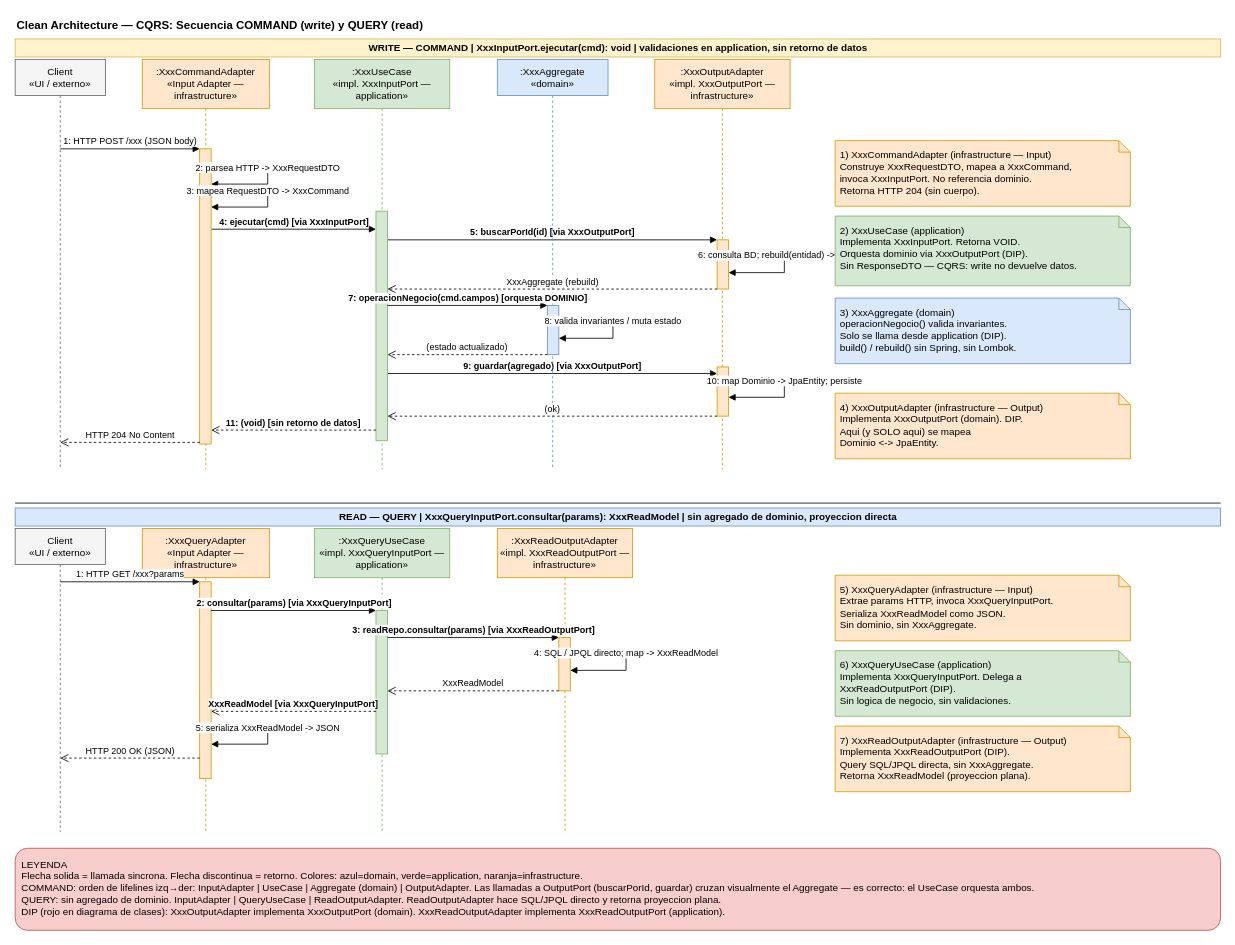
Before: docs/clean-architecture-secuencia-plantilla.drawio in arquisoft-uco/arquisoft-backend, a draw.io diagram. Source tidied: cells renumbered, new cells numbered last; positions are measured from the earlier drawing's top-left corner, leaving out a move shared by most shapes. Both pictures are drawn from the tidied source at 82%, with x=0, y=0 at pixel (15, 14).
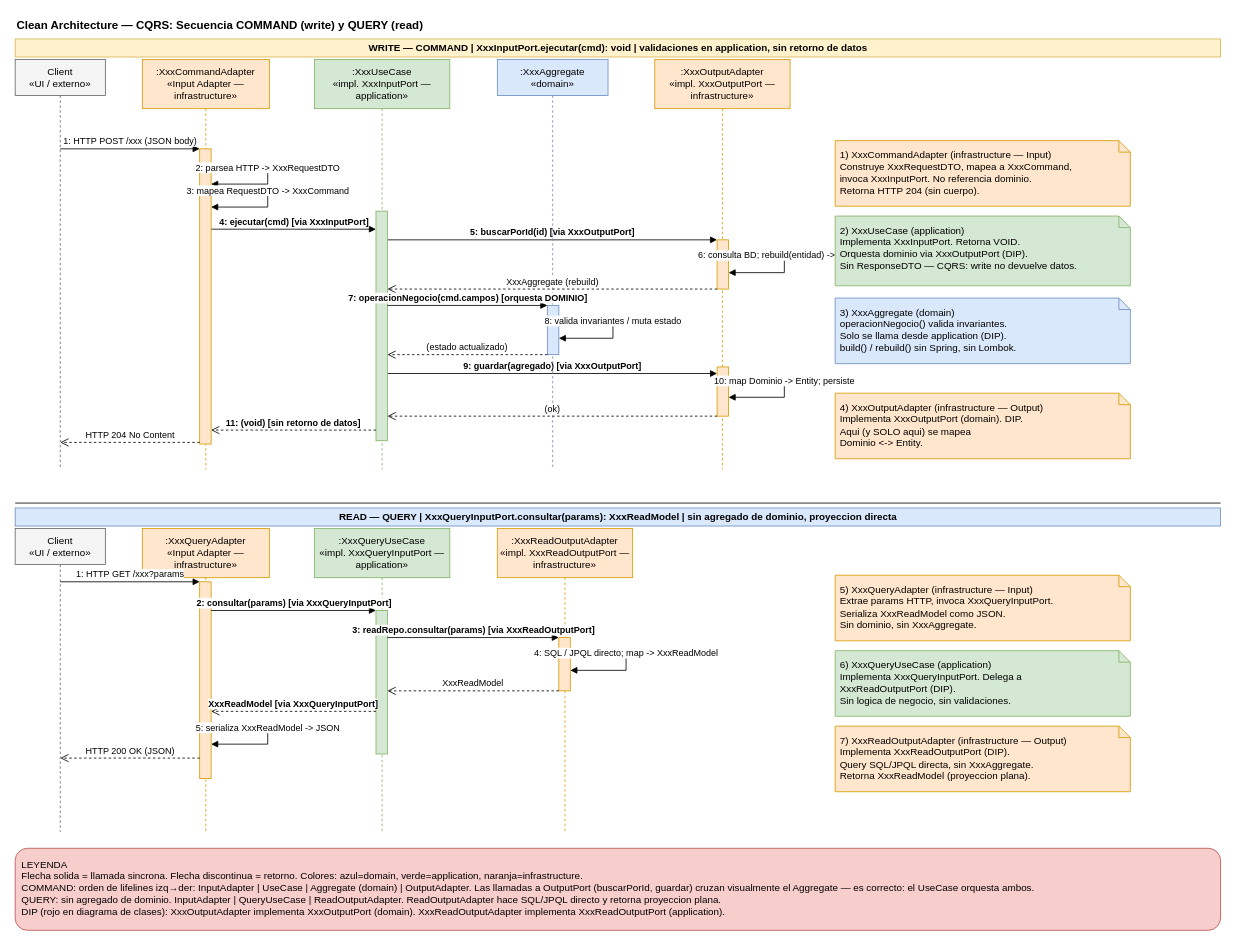
The same diagram, later.

Change to the diagram source:
```diff
@@
-    <mxCell id="25" value="10: map Dominio -&gt; JpaEntity; persiste" style="html=1;verticalAlign=bottom;endArrow=block;rounded=0;" parent="1" edge="1">
+    <mxCell id="25" value="10: map Dominio -&gt; Entity; persiste" style="html=1;verticalAlign=bottom;endArrow=block;rounded=0;" parent="1" edge="1">
       <mxGeometry relative="1" as="geometry">
         <mxPoint x="870" y="445" as="sourcePoint" />
         <mxPoint x="870" y="467" as="targetPoint" />
         <Array as="points">
           <mxPoint x="938" y="445" />
           <mxPoint x="938" y="467" />
         </Array>
       </mxGeometry>
     </mxCell>
@@
-    <mxCell id="32" value="4) XxxOutputAdapter (infrastructure — Output)&#10;Implementa XxxOutputPort (domain). DIP.&#10;Aqui (y SOLO aqui) se mapea&#10;Dominio &lt;-&gt; JpaEntity." style="shape=note;whiteSpace=wrap;html=1;backgroundOutline=1;fillColor=#ffe6cc;strokeColor=#d79b00;align=left;verticalAlign=top;spacing=6;size=14;" parent="1" vertex="1">
+    <mxCell id="32" value="4) XxxOutputAdapter (infrastructure — Output)&#10;Implementa XxxOutputPort (domain). DIP.&#10;Aqui (y SOLO aqui) se mapea&#10;Dominio &lt;-&gt; Entity." style="shape=note;whiteSpace=wrap;html=1;backgroundOutline=1;fillColor=#ffe6cc;strokeColor=#d79b00;align=left;verticalAlign=top;spacing=6;size=14;" parent="1" vertex="1">
       <mxGeometry x="1000" y="462" width="360" height="80" as="geometry" />
     </mxCell>
```
